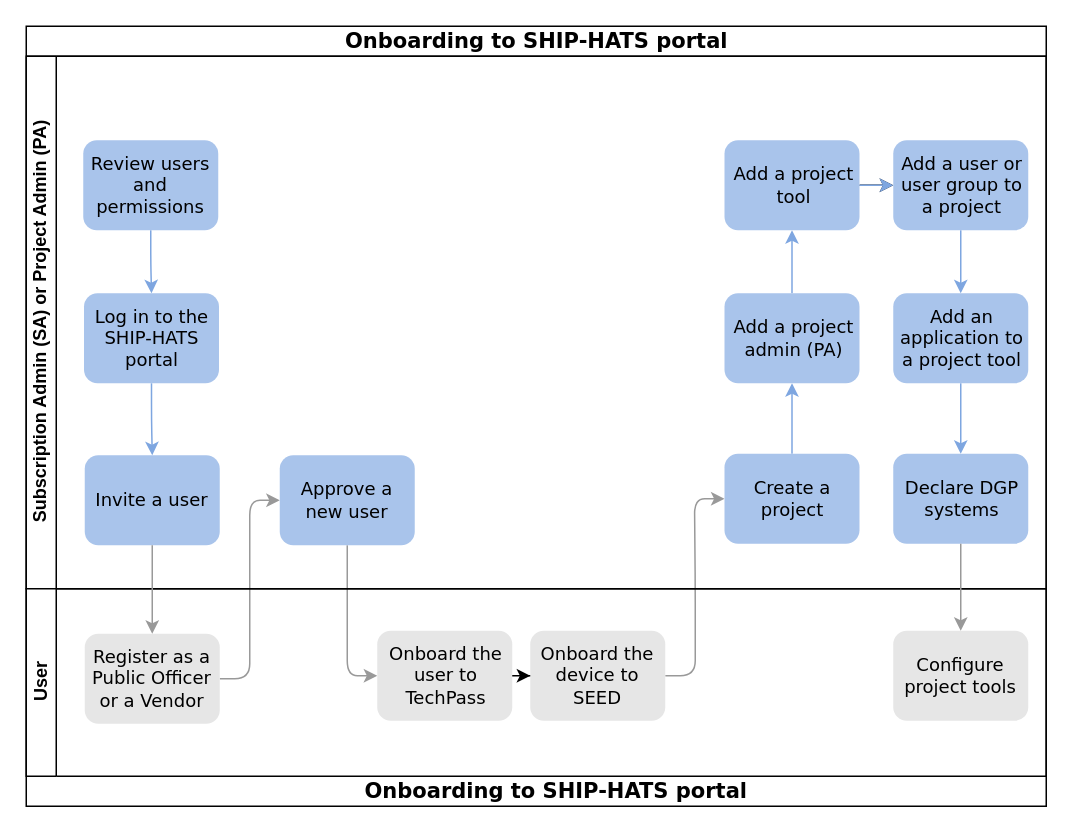
Before: portal-guide/images/onboarding-ship-hats-portal.drawio in lixinW/ship-hats-docs, a draw.io diagram. Source tidied: cells renumbered, new cells numbered last; positions are measured from the earlier drawing's top-left corner, leaving out a move shared by most shapes. Both pictures are drawn from the tidied source at 150%, with x=0, y=0 at pixel (26, 26).
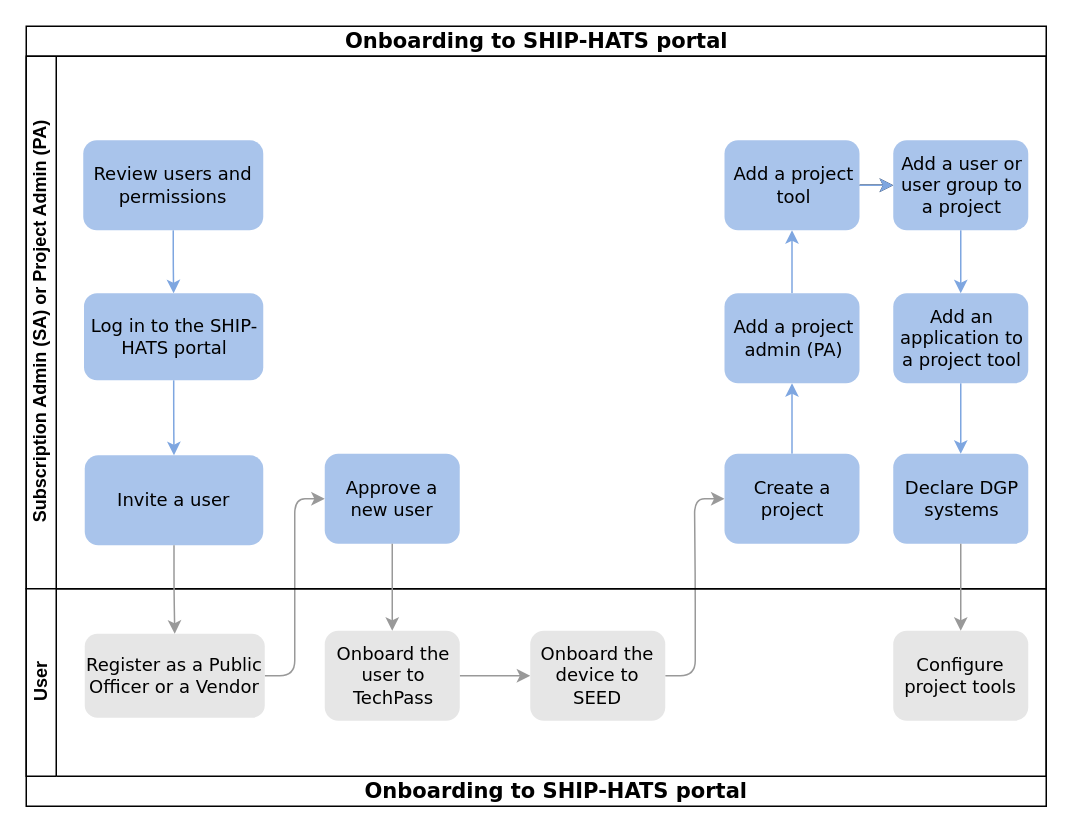
The same diagram, later.

The change refers to these unchanged cells:
```xml
<mxCell id="29" value="&lt;span style=&quot;&quot;&gt;&lt;font style=&quot;font-size: 12px;&quot;&gt;Onboard the device to SEED&lt;/font&gt;&lt;/span&gt;" style="rounded=1;whiteSpace=wrap;html=1;fontSize=8;fontFamily=Verdana;align=center;strokeColor=none;fillColor=#E6E6E6;" parent="25" vertex="1">
  <mxGeometry x="336" y="28" width="90" height="60" as="geometry" />
</mxCell>
```

Diff of the diagram source:
```diff
@@
-    <mxCell id="2" value="&lt;font style=&quot;font-size: 14px;&quot;&gt;Onboarding to SHIP-HATS portal&lt;/font&gt;" style="swimlane;html=1;horizontal=1;startSize=20;rounded=0;shadow=0;labelBackgroundColor=none;strokeWidth=1;fontFamily=Verdana;fontSize=8;align=center;" parent="1" vertex="1">
+    <mxCell id="2" value="&lt;font style=&quot;font-size: 14px;&quot;&gt;Onboarding to SHIP-HATS portal&lt;/font&gt;" style="swimlane;html=1;horizontal=1;startSize=20;rounded=0;shadow=0;labelBackgroundColor=none;strokeWidth=1;fontFamily=Verdana;fontSize=8;align=center;strokeColor=#000000;" parent="1" vertex="1">
       <mxGeometry width="680" height="520" as="geometry" />
     </mxCell>
@@
-    <mxCell id="4" style="edgeStyle=orthogonalEdgeStyle;rounded=1;jettySize=auto;html=1;entryX=0;entryY=0.5;entryDx=0;entryDy=0;fontFamily=Verdana;fontSize=8;strokeColor=#999999;fillColor=#B3B3B3;" parent="2" edge="1" source="10" target="28">
-      <mxGeometry relative="1" as="geometry" />
-    </mxCell>
@@
-    <mxCell id="6" value="Subscription Admin (SA) or Project Admin (PA)" style="swimlane;html=1;startSize=20;horizontal=0;" parent="2" vertex="1">
+    <mxCell id="6" value="Subscription Admin (SA) or Project Admin (PA)" style="swimlane;html=1;startSize=20;horizontal=0;strokeColor=#000000;" parent="2" vertex="1">
       <mxGeometry y="20" width="680" height="355" as="geometry" />
     </mxCell>
@@
     <mxCell id="8" value="&lt;font style=&quot;font-size: 12px;&quot;&gt;Review users and permissions&lt;/font&gt;" style="rounded=1;whiteSpace=wrap;html=1;shadow=0;labelBackgroundColor=none;strokeWidth=1;fontFamily=Verdana;fontSize=8;align=center;fillColor=#A9C4EB;strokeColor=none;" parent="6" vertex="1">
-      <mxGeometry x="38" y="56" width="90" height="60" as="geometry" />
+      <mxGeometry x="38" y="56" width="120" height="60" as="geometry" />
     </mxCell>
     <mxCell id="9" value="&lt;font style=&quot;font-size: 12px;&quot;&gt;Invite a user&lt;/font&gt;" style="rounded=1;whiteSpace=wrap;html=1;fontFamily=Verdana;fontSize=8;fillColor=#A9C4EB;strokeColor=none;" parent="6" vertex="1">
-      <mxGeometry x="39" y="266" width="90" height="60" as="geometry" />
+      <mxGeometry x="39" y="266" width="119" height="60" as="geometry" />
     </mxCell>
     <mxCell id="10" value="&lt;font style=&quot;font-size: 12px;&quot;&gt;Approve a new user&lt;/font&gt;" style="rounded=1;whiteSpace=wrap;html=1;fontFamily=Verdana;fontSize=8;align=center;fillColor=#A9C4EB;strokeColor=none;" parent="6" vertex="1">
-      <mxGeometry x="169" y="266" width="90" height="60" as="geometry" />
+      <mxGeometry x="199" y="265" width="90" height="60" as="geometry" />
     </mxCell>
@@
     <mxCell id="16" value="&lt;font style=&quot;font-size: 12px;&quot;&gt;Log in to the SHIP-HATS portal&lt;/font&gt;" style="rounded=1;whiteSpace=wrap;html=1;fontFamily=Verdana;fontSize=8;fillColor=#A9C4EB;strokeColor=none;" parent="6" vertex="1">
-      <mxGeometry x="38.5" y="158" width="90" height="60" as="geometry" />
+      <mxGeometry x="38.5" y="158" width="119.5" height="58" as="geometry" />
     </mxCell>
@@
-    <mxCell id="25" value="User" style="swimlane;html=1;startSize=20;horizontal=0;" parent="2" vertex="1">
+    <mxCell id="25" value="User" style="swimlane;html=1;startSize=20;horizontal=0;strokeColor=#000000;" parent="2" vertex="1">
       <mxGeometry y="375" width="680" height="125" as="geometry" />
     </mxCell>
     <mxCell id="26" value="&lt;font style=&quot;font-size: 12px;&quot;&gt;Register as a Public Officer or a Vendor&lt;/font&gt;" style="rounded=1;whiteSpace=wrap;html=1;fontFamily=Verdana;fontSize=8;strokeColor=none;fillColor=#E6E6E6;" parent="25" vertex="1">
-      <mxGeometry x="39" y="30" width="90" height="60" as="geometry" />
+      <mxGeometry x="39" y="30" width="120" height="56" as="geometry" />
     </mxCell>
-    <mxCell id="27" style="edgeStyle=orthogonalEdgeStyle;rounded=1;jettySize=auto;html=1;fontFamily=Verdana;fontSize=8;" parent="25" edge="1" source="28" target="29">
+    <mxCell id="27" style="edgeStyle=orthogonalEdgeStyle;rounded=1;jettySize=auto;html=1;fontFamily=Verdana;fontSize=8;strokeColor=#999999;fillColor=#999999;" parent="25" edge="1" source="28" target="29">
       <mxGeometry relative="1" as="geometry" />
     </mxCell>
     <mxCell id="28" value="&lt;div style=&quot;text-align: center;&quot;&gt;&lt;span style=&quot;background-color: initial;&quot;&gt;&lt;font style=&quot;font-size: 12px;&quot;&gt;Onboard the user to TechPass&lt;/font&gt;&lt;/span&gt;&lt;/div&gt;" style="rounded=1;whiteSpace=wrap;html=1;fontSize=8;fontFamily=Verdana;align=left;strokeColor=none;fillColor=#E6E6E6;" parent="25" vertex="1">
-      <mxGeometry x="234" y="28" width="90" height="60" as="geometry" />
+      <mxGeometry x="199" y="28" width="90" height="60" as="geometry" />
     </mxCell>
@@
+    <mxCell id="4" style="edgeStyle=orthogonalEdgeStyle;rounded=0;jettySize=auto;html=1;entryX=0.5;entryY=0;entryDx=0;entryDy=0;fontFamily=Helvetica;fontSize=14;strokeColor=#999999;fillColor=#999999;" parent="2" edge="1" source="10" target="28">
+      <mxGeometry relative="1" as="geometry" />
+    </mxCell>
```
